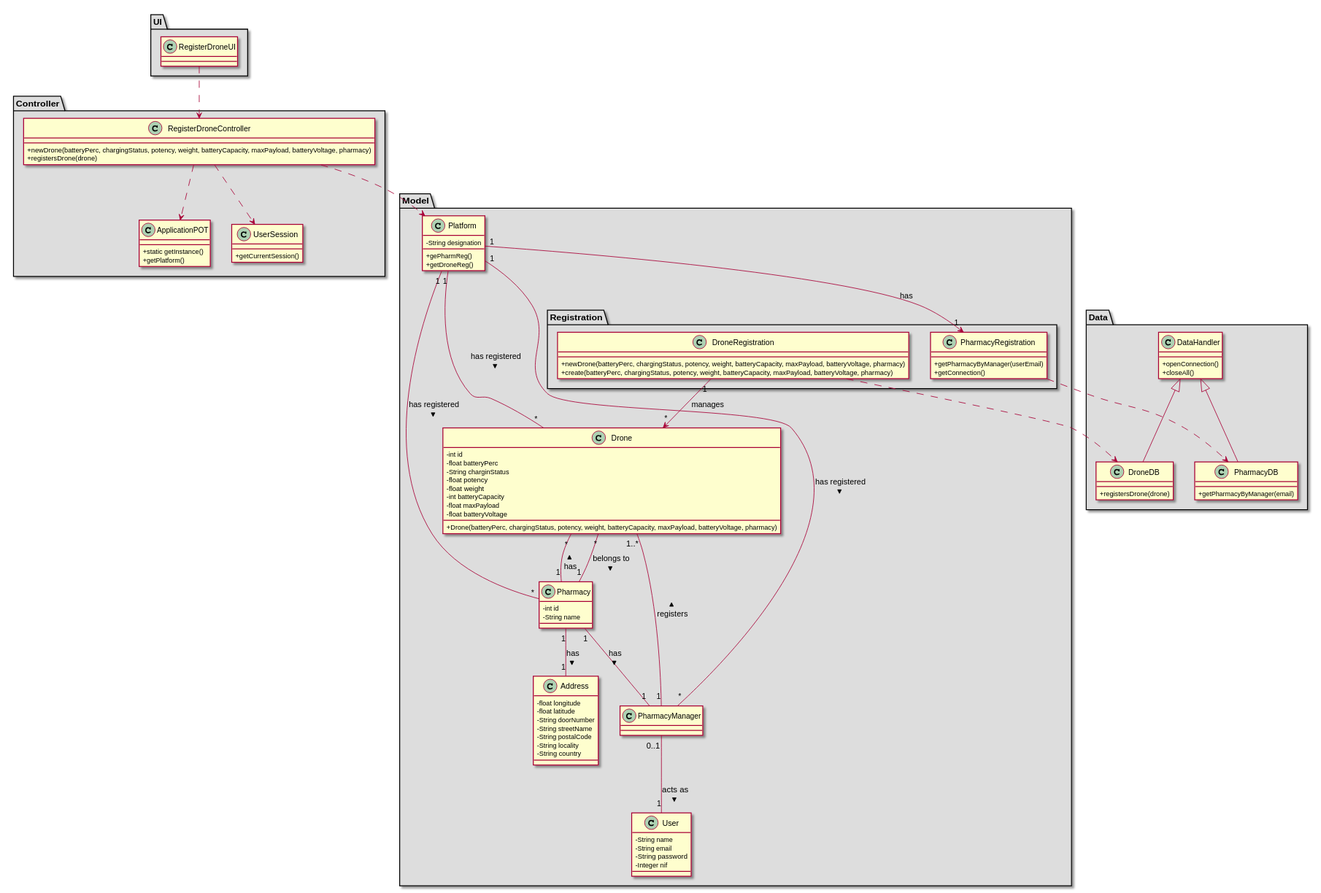
Above: docs/Iteration 2/Drone Management/US193_RegisterDrone/US193_CD.svg in tiagoavcosta25/LAPR3 (PlantUML), before the change.
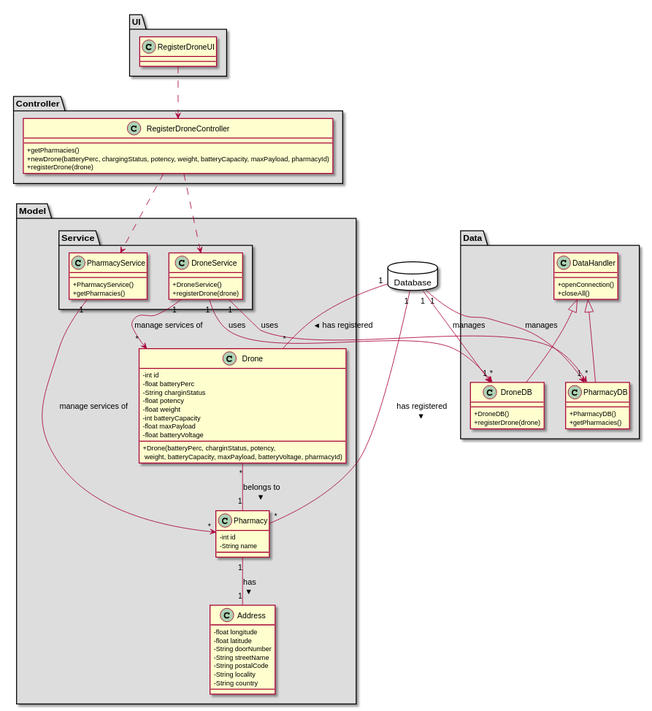
After the change.

Commit message:
LAPR2AP2-233 #fixing Register Drone [Design]

Diff of the diagram source:
```diff
@@ -1,60 +1,34 @@
 @startuml
 skinparam classAttributeIconSize 0
 
+database Database {
+}
+
 package "UI" #DDDDDD {
 class RegisterDroneUI{
-
 }
 }
 
-
-package "Data" #DDDDDD {
-class DroneDB{
-+registersDrone(drone)
-}
-
-class PharmacyDB{
-+getPharmacyByManager(email)
-}
-}
-
-
 package "Controller" #DDDDDD {
 class RegisterDroneController{
-+newDrone(batteryPerc, chargingStatus, potency, weight, batteryCapacity, maxPayload, batteryVoltage, pharmacy)
-+registersDrone(drone)
-}
-
-class ApplicationPOT
-{
-  +static getInstance()
-  +getPlatform()
-}
-
-class UserSession
-{
-  +getCurrentSession()
++getPharmacies()
++newDrone(batteryPerc, chargingStatus, potency, weight, batteryCapacity, maxPayload, pharmacyId)
++registerDrone(drone)
 }
 }
 
 
 package "Model" #DDDDDD {
-class Platform {
-  -String designation
-  +gePharmReg()
-  +getDroneReg()
-}
-package "Registration" #DDDDDD {
- class PharmacyRegistration{
-     +getPharmacyByManager(userEmail)
-     +getConnection()
- }
+ package "Service" #DDDDDD {
+  class PharmacyService{
+      +PharmacyService()
+      +getPharmacies()
+  }
 
- class DroneRegistration{
-      +newDrone(batteryPerc, chargingStatus, potency, weight, batteryCapacity, maxPayload, batteryVoltage, pharmacy)
-      +create(batteryPerc, chargingStatus, potency, weight, batteryCapacity, maxPayload, batteryVoltage, pharmacy)
-  }
- }
+  class DroneService{
+      +DroneService()
+      +registerDrone(drone)
+   }
 }
 
 package "Model" #DDDDDD {
@@ -67,7 +41,7 @@
   -int batteryCapacity
   -float maxPayload
   -float batteryVoltage
-  +Drone(batteryPerc, chargingStatus, potency, weight, batteryCapacity, maxPayload, batteryVoltage, pharmacy)
+  +Drone(batteryPerc, charginStatus, potency,\n weight, batteryCapacity, maxPayload, batteryVoltage, pharmacyId)
 }
 
 class Address{
@@ -84,17 +58,6 @@
   -int id
   -String name
 }
-
-class User{
--   String name
--   String email
--   String password
--   Integer nif
-}
-
-class PharmacyManager {
-}
-
 }
 
 
@@ -103,30 +66,34 @@
     +openConnection()
     +closeAll()
 }
+class PharmacyDB{
+     +PharmacyDB()
+     +getPharmacies()
+ }
+
+ class DroneDB{
+     +DroneDB()
+     +registerDrone(drone)
+  }
 }
 
 class PharmacyDB extends DataHandler
 class DroneDB extends DataHandler
 
-PharmacyRegistration ..> PharmacyDB
-DroneRegistration ..> DroneDB
+RegisterDroneUI ..> RegisterDroneController
+RegisterDroneController ..> PharmacyService
+RegisterDroneController ..> DroneService
+Database "1" --> "1" PharmacyDB : manages
+Database "1" --> "1" DroneDB : manages
+DroneService "1" --> "*" PharmacyDB : uses
+DroneService "1" --> "*" DroneDB : uses
+PharmacyService "1" --> "*" Pharmacy : manage services of
+DroneService "1" --> "*" Drone : manage services of
 
-RegisterDroneUI ..> RegisterDroneController
-RegisterDroneController ..> Platform
-RegisterDroneController ..> ApplicationPOT
-RegisterDroneController ..> UserSession
-Platform "1" --> "1" PharmacyRegistration : has
-DroneRegistration "1" --> "*" Drone : manages
+Database "1" -- "*" Pharmacy : has registered >
+Database "1" -- "*" Drone : has registered >
 
-Platform "1" -- "*" Pharmacy : has registered >
-Platform "1" -- "*" Drone : has registered >
-Platform "1" -- "*" PharmacyManager : has registered >
-
-PharmacyManager "0..1" -- "1" User: acts as >
-PharmacyManager "1" -- "1..*" Drone : registers >
-Pharmacy "1" -- "1" PharmacyManager : has >
-Pharmacy "1" -- "*" Drone : has >
+Drone "*" -- "1" Pharmacy : belongs to >
 Pharmacy "1" -- "1" Address : has >
-Drone "*" -- "1" Pharmacy : belongs to >
 
 @enduml
```
